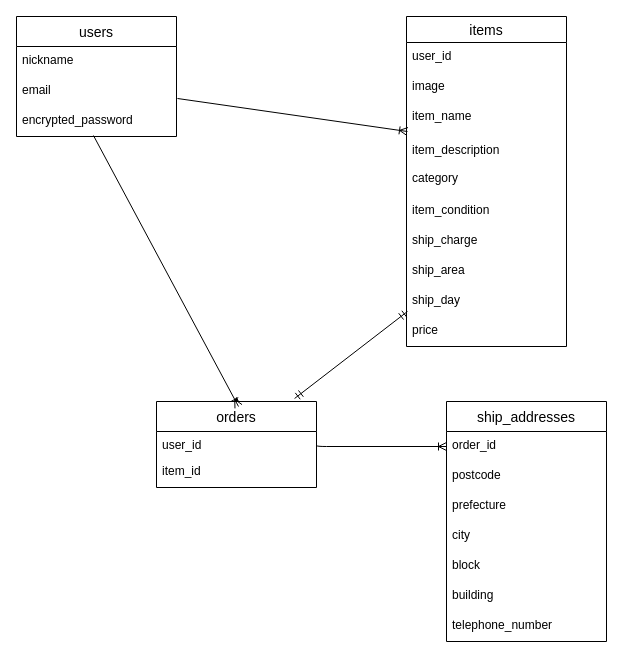
Earlier version of the draw.io diagram test.dio (gingaman5/furima-35796). Source tidied: cells renumbered, new cells numbered last; positions are measured from the earlier drawing's top-left corner, leaving out a move shared by most shapes. Both pictures are drawn from the tidied source at 100%, with x=0, y=0 at pixel (16, 16).
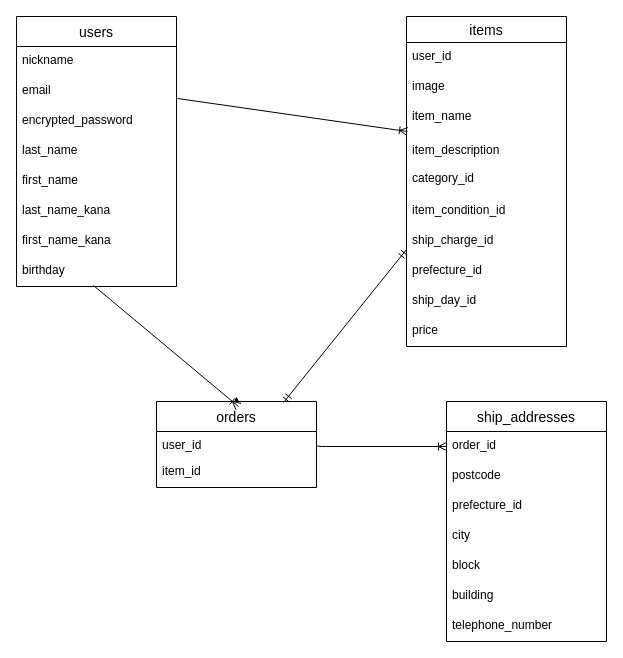
After the change.

Commit message (it also covers changes not shown here):
データベース設計修正

Unchanged cells that the change refers to:
```xml
<mxCell id="8" value="items" style="swimlane;fontStyle=0;horizontal=1;startSize=26;align=center;fontSize=14;" parent="1" vertex="1">
  <mxGeometry x="390" width="160" height="330" as="geometry" />
</mxCell>
<mxCell id="17" value="price" style="text;strokeColor=none;fillColor=none;spacingLeft=4;spacingRight=4;overflow=hidden;points=[[0,0.5],[1,0.5]];portConstraint=eastwest;fontSize=12;" parent="8" vertex="1">
  <mxGeometry y="300" width="160" height="30" as="geometry" />
</mxCell>
<mxCell id="19" value="orders" style="swimlane;fontStyle=0;horizontal=1;startSize=30;align=center;fontSize=14;" parent="1" vertex="1">
  <mxGeometry x="140" y="385" width="160" height="86" as="geometry" />
</mxCell>
<mxCell id="22" value="ship_addresses" style="swimlane;fontStyle=0;horizontal=1;startSize=30;align=center;fontSize=14;" parent="1" vertex="1">
  <mxGeometry x="430" y="385" width="160" height="240" as="geometry" />
</mxCell>
```

Change to the diagram source:
```diff
@@
     <mxCell id="4" value="users" style="swimlane;fontStyle=0;horizontal=1;startSize=30;align=center;fontSize=14;" parent="1" vertex="1">
-      <mxGeometry width="160" height="120" as="geometry" />
+      <mxGeometry width="160" height="270" as="geometry" />
     </mxCell>
@@
+    <mxCell id="35" value="encrypted_password&#10;&#10;" style="text;strokeColor=none;fillColor=none;spacingLeft=4;spacingRight=4;overflow=hidden;fontSize=12;" parent="4" vertex="1">
+      <mxGeometry y="90" width="160" height="30" as="geometry" />
+    </mxCell>
+    <mxCell id="36" value="last_name" style="text;strokeColor=none;fillColor=none;spacingLeft=4;spacingRight=4;overflow=hidden;fontSize=12;" parent="4" vertex="1">
+      <mxGeometry y="120" width="160" height="30" as="geometry" />
+    </mxCell>
+    <mxCell id="37" value="first_name" style="text;strokeColor=none;fillColor=none;spacingLeft=4;spacingRight=4;overflow=hidden;fontSize=12;" parent="4" vertex="1">
+      <mxGeometry y="150" width="160" height="30" as="geometry" />
+    </mxCell>
+    <mxCell id="38" value="last_name_kana" style="text;strokeColor=none;fillColor=none;spacingLeft=4;spacingRight=4;overflow=hidden;fontSize=12;" parent="4" vertex="1">
+      <mxGeometry y="180" width="160" height="30" as="geometry" />
+    </mxCell>
+    <mxCell id="39" value="first_name_kana" style="text;strokeColor=none;fillColor=none;spacingLeft=4;spacingRight=4;overflow=hidden;fontSize=12;" parent="4" vertex="1">
+      <mxGeometry y="210" width="160" height="30" as="geometry" />
+    </mxCell>
-    <mxCell id="7" value="encrypted_password&#10;&#10;" style="text;strokeColor=none;fillColor=none;spacingLeft=4;spacingRight=4;overflow=hidden;points=[[0,0.5],[1,0.5]];portConstraint=eastwest;fontSize=12;" parent="4" vertex="1">
-      <mxGeometry y="90" width="160" height="30" as="geometry" />
+    <mxCell id="7" value="birthday" style="text;strokeColor=none;fillColor=none;spacingLeft=4;spacingRight=4;overflow=hidden;points=[[0,0.5],[1,0.5]];portConstraint=eastwest;fontSize=12;" parent="4" vertex="1">
+      <mxGeometry y="240" width="160" height="30" as="geometry" />
     </mxCell>
@@
-    <mxCell id="12" value="item_description&#10;&#10;category&#10;" style="text;strokeColor=none;fillColor=none;spacingLeft=4;spacingRight=4;overflow=hidden;fontSize=12;" parent="8" vertex="1">
+    <mxCell id="12" value="item_description&#10;&#10;category_id&#10;" style="text;strokeColor=none;fillColor=none;spacingLeft=4;spacingRight=4;overflow=hidden;fontSize=12;" parent="8" vertex="1">
       <mxGeometry y="120" width="160" height="60" as="geometry" />
     </mxCell>
-    <mxCell id="13" value="item_condition" style="text;strokeColor=none;fillColor=none;spacingLeft=4;spacingRight=4;overflow=hidden;fontSize=12;" parent="8" vertex="1">
+    <mxCell id="13" value="item_condition_id" style="text;strokeColor=none;fillColor=none;spacingLeft=4;spacingRight=4;overflow=hidden;fontSize=12;" parent="8" vertex="1">
       <mxGeometry y="180" width="160" height="30" as="geometry" />
     </mxCell>
-    <mxCell id="14" value="ship_charge" style="text;strokeColor=none;fillColor=none;spacingLeft=4;spacingRight=4;overflow=hidden;points=[[0,0.5],[1,0.5]];portConstraint=eastwest;fontSize=12;" parent="8" vertex="1">
+    <mxCell id="14" value="ship_charge_id" style="text;strokeColor=none;fillColor=none;spacingLeft=4;spacingRight=4;overflow=hidden;points=[[0,0.5],[1,0.5]];portConstraint=eastwest;fontSize=12;" parent="8" vertex="1">
       <mxGeometry y="210" width="160" height="30" as="geometry" />
     </mxCell>
-    <mxCell id="15" value="ship_area" style="text;strokeColor=none;fillColor=none;spacingLeft=4;spacingRight=4;overflow=hidden;fontSize=12;" parent="8" vertex="1">
+    <mxCell id="15" value="prefecture_id" style="text;strokeColor=none;fillColor=none;spacingLeft=4;spacingRight=4;overflow=hidden;fontSize=12;" parent="8" vertex="1">
       <mxGeometry y="240" width="160" height="30" as="geometry" />
     </mxCell>
-    <mxCell id="16" value="ship_day" style="text;strokeColor=none;fillColor=none;spacingLeft=4;spacingRight=4;overflow=hidden;fontSize=12;" parent="8" vertex="1">
+    <mxCell id="16" value="ship_day_id" style="text;strokeColor=none;fillColor=none;spacingLeft=4;spacingRight=4;overflow=hidden;fontSize=12;" parent="8" vertex="1">
       <mxGeometry y="270" width="160" height="30" as="geometry" />
     </mxCell>
@@
-    <mxCell id="25" value="prefecture" style="text;strokeColor=none;fillColor=none;spacingLeft=4;spacingRight=4;overflow=hidden;fontSize=12;" parent="22" vertex="1">
+    <mxCell id="25" value="prefecture_id" style="text;strokeColor=none;fillColor=none;spacingLeft=4;spacingRight=4;overflow=hidden;fontSize=12;" parent="22" vertex="1">
       <mxGeometry y="90" width="160" height="30" as="geometry" />
     </mxCell>
@@
-    <mxCell id="33" style="fontSize=12;html=1;endArrow=ERmandOne;startArrow=ERmandOne;entryX=0.006;entryY=-0.167;entryDx=0;entryDy=0;entryPerimeter=0;exitX=0.863;exitY=-0.035;exitDx=0;exitDy=0;exitPerimeter=0;" parent="1" edge="1" source="19" target="17">
-      <mxGeometry relative="1" as="geometry" />
-    </mxCell>
@@
+    <mxCell id="40" style="fontSize=12;html=1;endArrow=ERmandOne;startArrow=ERmandOne;entryX=0;entryY=0.767;entryDx=0;entryDy=0;entryPerimeter=0;exitX=0.794;exitY=0.012;exitDx=0;exitDy=0;exitPerimeter=0;" parent="1" edge="1" source="19" target="14">
+      <mxGeometry relative="1" as="geometry" />
+    </mxCell>
```
